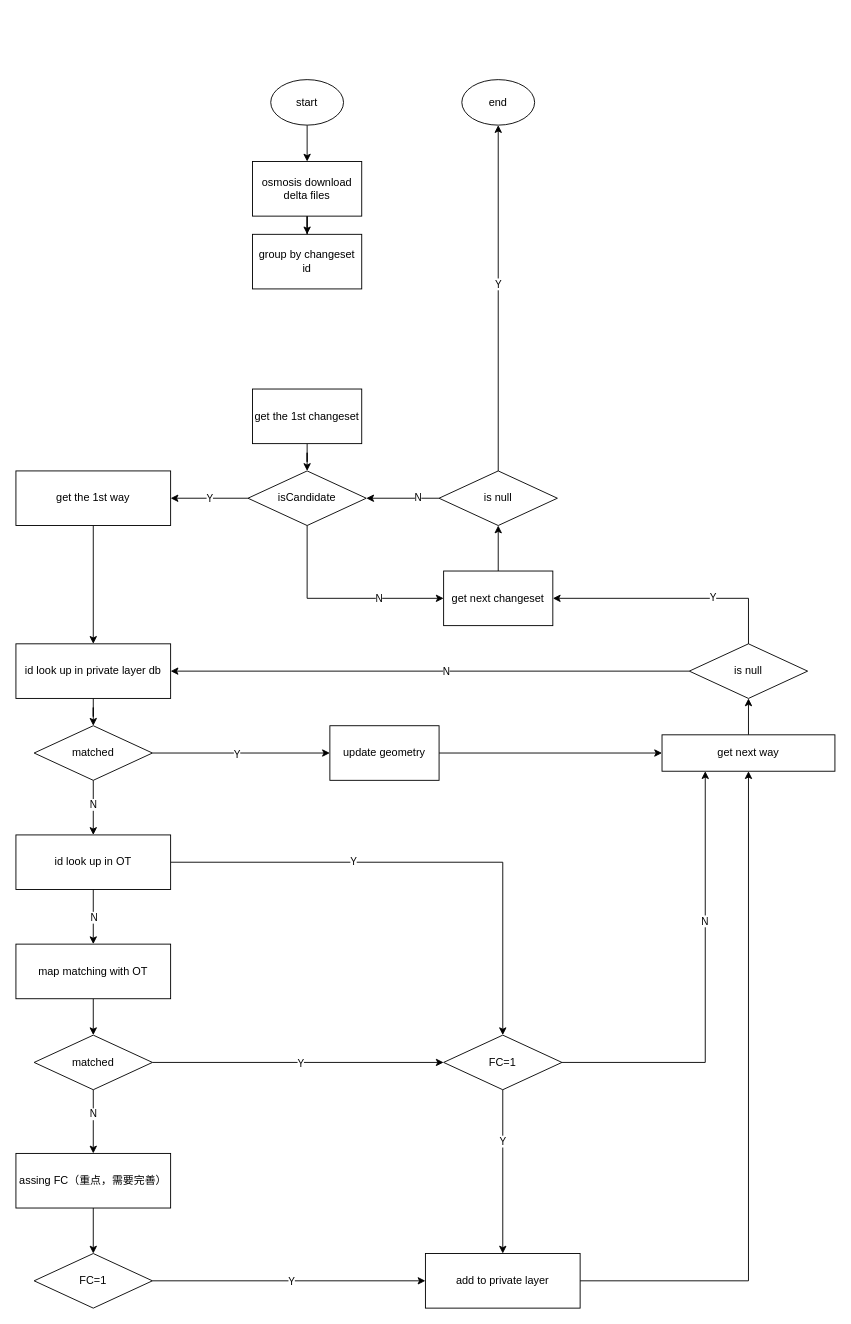
Before: expired fc changeset.drawio in 472542625/drawio, a draw.io diagram. Source tidied: cells renumbered, new cells numbered last; positions are measured from the earlier drawing's top-left corner, leaving out a move shared by most shapes. Both pictures are drawn from the tidied source at 91%, with x=0, y=0 at pixel (15, 79).
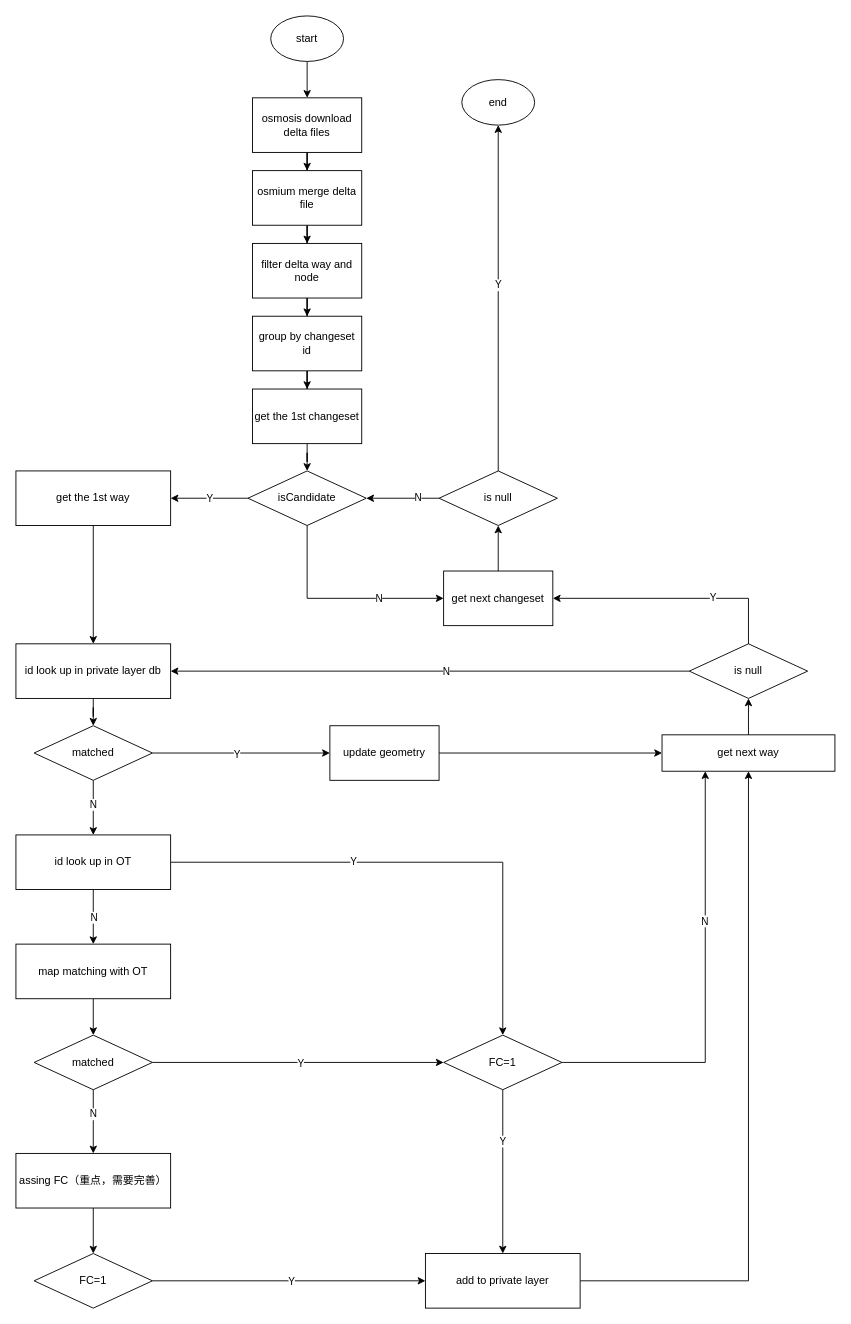
Above is the later version.

Unchanged cells that the change refers to:
```xml
<mxCell id="3" value="get the 1st changeset" style="rounded=0;whiteSpace=wrap;html=1;" parent="1" vertex="1">
  <mxGeometry x="260" y="340" width="120" height="60" as="geometry" />
</mxCell>
```

Diff of the diagram source:
```diff
@@
     <mxCell id="5" value="start" style="ellipse;whiteSpace=wrap;html=1;" parent="1" vertex="1">
-      <mxGeometry x="280" width="80" height="50" as="geometry" />
+      <mxGeometry x="280" y="-70" width="80" height="50" as="geometry" />
     </mxCell>
@@
     <mxCell id="62" value="osmosis download delta files" style="rounded=0;whiteSpace=wrap;html=1;" parent="1" vertex="1">
-      <mxGeometry x="260" y="90" width="120" height="60" as="geometry" />
+      <mxGeometry x="260" y="20" width="120" height="60" as="geometry" />
     </mxCell>
+    <mxCell id="64" style="edgeStyle=orthogonalEdgeStyle;rounded=0;jettySize=auto;html=1;entryX=0.5;entryY=0;entryDx=0;entryDy=0;" parent="1" edge="1" source="63" target="66">
+      <mxGeometry relative="1" as="geometry" />
+    </mxCell>
-    <mxCell id="63" value="group by changeset id" style="rounded=0;whiteSpace=wrap;html=1;" parent="1" vertex="1">
-      <mxGeometry x="260" y="170" width="120" height="60" as="geometry" />
+    <mxCell id="63" value="osmium merge delta file" style="rounded=0;whiteSpace=wrap;html=1;" parent="1" vertex="1">
+      <mxGeometry x="260" y="100" width="120" height="60" as="geometry" />
     </mxCell>
+    <mxCell id="65" style="edgeStyle=orthogonalEdgeStyle;rounded=0;jettySize=auto;html=1;entryX=0.5;entryY=0;entryDx=0;entryDy=0;" parent="1" edge="1" source="66" target="68">
+      <mxGeometry relative="1" as="geometry" />
+    </mxCell>
+    <mxCell id="66" value="filter delta way and node" style="rounded=0;whiteSpace=wrap;html=1;" parent="1" vertex="1">
+      <mxGeometry x="260" y="180" width="120" height="60" as="geometry" />
+    </mxCell>
+    <mxCell id="67" style="edgeStyle=orthogonalEdgeStyle;rounded=0;jettySize=auto;html=1;entryX=0.5;entryY=0;entryDx=0;entryDy=0;" parent="1" edge="1" source="68" target="3">
+      <mxGeometry relative="1" as="geometry" />
+    </mxCell>
+    <mxCell id="68" value="group by changeset id" style="rounded=0;whiteSpace=wrap;html=1;" parent="1" vertex="1">
+      <mxGeometry x="260" y="260" width="120" height="60" as="geometry" />
+    </mxCell>
```
